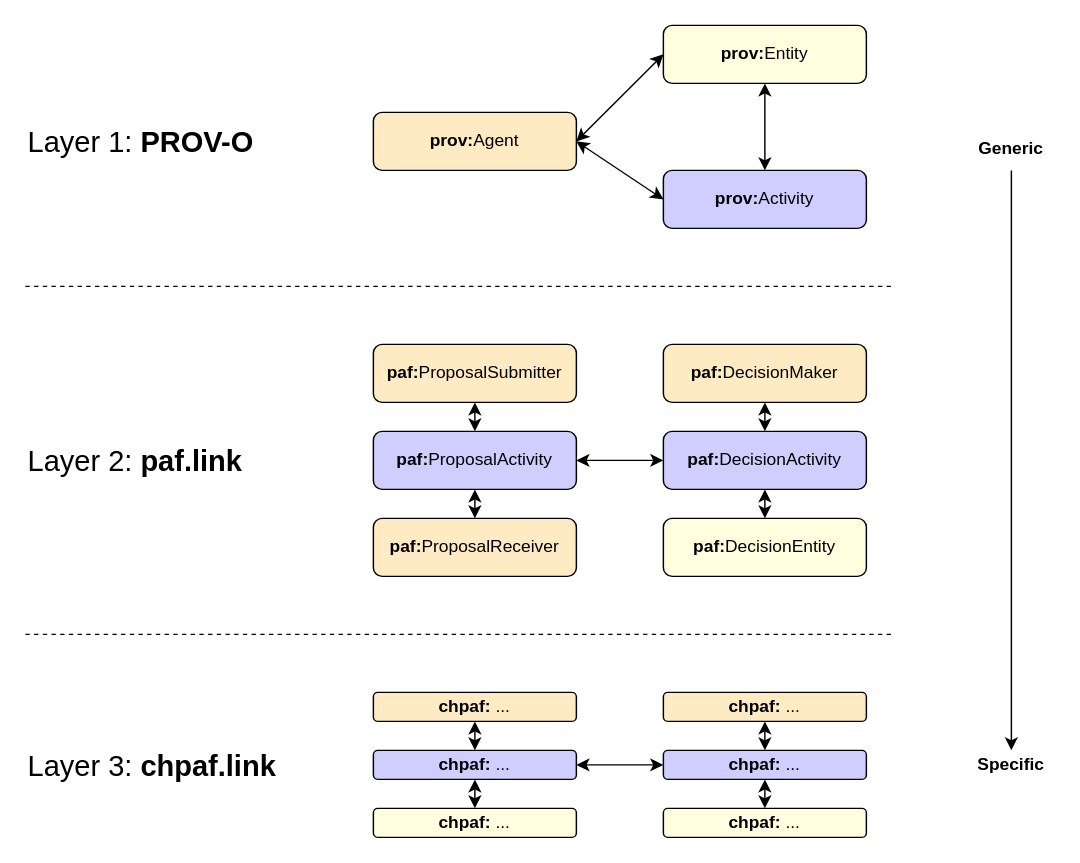
swiss/paf-link keeps this draw.io diagram as img/layers.drawio. Above is the earlier version. Source tidied: cells renumbered, new cells numbered last; positions are measured from the earlier drawing's top-left corner, leaving out a move shared by most shapes. Both pictures are drawn from the tidied source at 145%, with x=0, y=0 at pixel (25, 25).
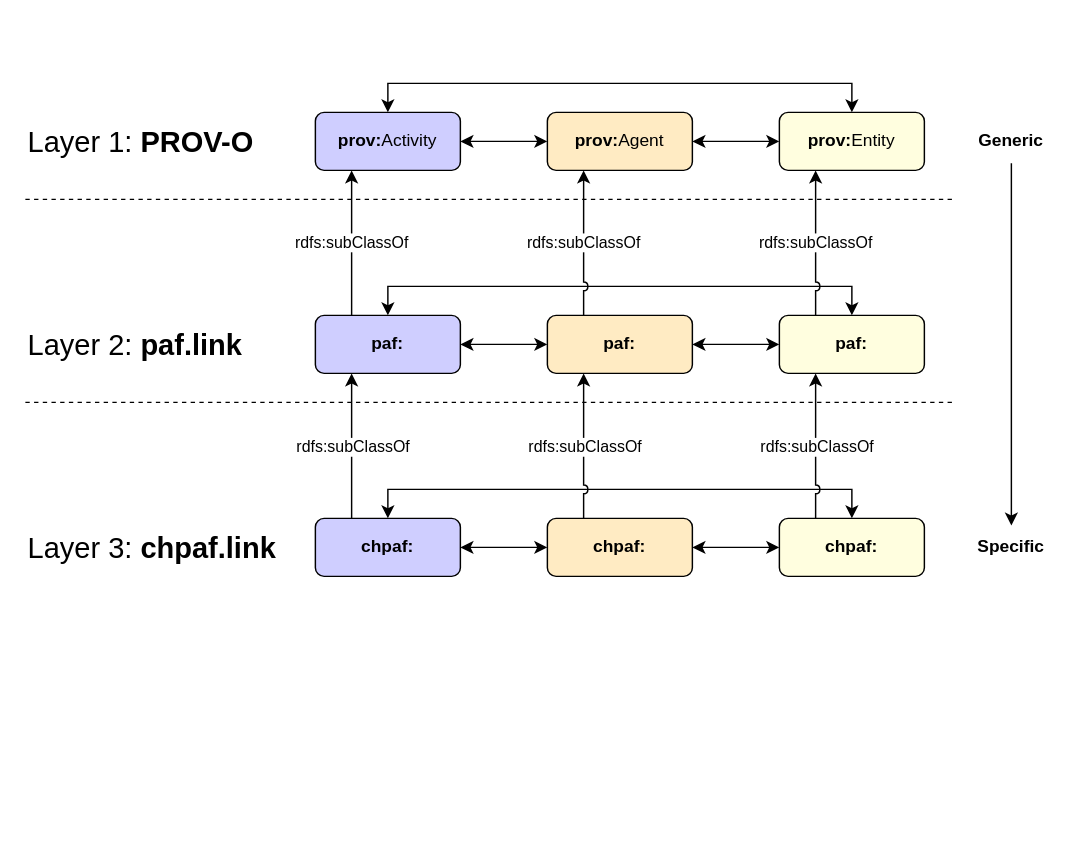
After the change.

The edit, as a diff of the source:
```diff
@@
-    <mxCell id="2" style="edgeStyle=none;html=1;exitX=0;exitY=0.5;exitDx=0;exitDy=0;entryX=1;entryY=0.5;entryDx=0;entryDy=0;fontColor=none;startArrow=classic;startFill=1;strokeWidth=1;" parent="1" edge="1" source="3" target="7">
+    <mxCell id="2" style="edgeStyle=none;html=1;exitX=1;exitY=0.5;exitDx=0;exitDy=0;startArrow=classic;startFill=1;" parent="1" edge="1" source="3" target="7">
       <mxGeometry relative="1" as="geometry" />
     </mxCell>
     <mxCell id="3" value="&lt;b&gt;prov:&lt;/b&gt;Activity" style="rounded=1;whiteSpace=wrap;html=1;labelBackgroundColor=none;fontColor=none;fillColor=#cfceff;fontSize=12;" parent="1" vertex="1">
-      <mxGeometry x="440" y="100" width="140" height="40" as="geometry" />
+      <mxGeometry x="200" y="60" width="100" height="40" as="geometry" />
     </mxCell>
-    <mxCell id="4" style="edgeStyle=none;html=1;entryX=0.5;entryY=0;entryDx=0;entryDy=0;fontColor=none;startArrow=classic;startFill=1;strokeWidth=1;" parent="1" edge="1" source="5" target="3">
-      <mxGeometry relative="1" as="geometry" />
-    </mxCell>
     <mxCell id="5" value="&lt;b&gt;prov:&lt;/b&gt;Entity" style="rounded=1;whiteSpace=wrap;html=1;labelBackgroundColor=none;fontColor=none;fillColor=#FFFEDF;fontSize=12;" parent="1" vertex="1">
-      <mxGeometry x="440" width="140" height="40" as="geometry" />
+      <mxGeometry x="520" y="60" width="100" height="40" as="geometry" />
     </mxCell>
-    <mxCell id="6" style="edgeStyle=none;html=1;exitX=1;exitY=0.5;exitDx=0;exitDy=0;entryX=0;entryY=0.5;entryDx=0;entryDy=0;fontColor=none;startArrow=classic;startFill=1;strokeWidth=1;" parent="1" edge="1" source="7" target="5">
-      <mxGeometry relative="1" as="geometry" />
-    </mxCell>
-    <mxCell id="7" value="&lt;b&gt;prov:&lt;/b&gt;Agent" style="rounded=1;whiteSpace=wrap;html=1;labelBackgroundColor=none;fontColor=none;fillColor=#ffebc3;fontSize=12;" parent="1" vertex="1">
-      <mxGeometry x="240" y="60" width="140" height="40" as="geometry" />
-    </mxCell>
@@
-    <mxCell id="9" style="endArrow=none;dashed=1;html=1;strokeWidth=1;fontSize=20;fontColor=none;" parent="1" edge="1">
-      <mxGeometry relative="1" as="geometry">
-        <mxPoint y="180" as="sourcePoint" />
-        <mxPoint x="600" y="180" as="targetPoint" />
-      </mxGeometry>
-    </mxCell>
     <mxCell id="10" value="Layer 2: &lt;b&gt;paf.link&lt;/b&gt;" style="text;strokeColor=none;align=left;fillColor=none;html=1;verticalAlign=middle;whiteSpace=wrap;rounded=0;labelBackgroundColor=none;fontSize=20;fontColor=none;" parent="1" vertex="1">
-      <mxGeometry y="280" width="170" height="40" as="geometry" />
+      <mxGeometry y="200" width="170" height="40" as="geometry" />
     </mxCell>
-    <mxCell id="11" style="endArrow=none;dashed=1;html=1;strokeWidth=1;fontSize=20;fontColor=none;" parent="1" edge="1">
-      <mxGeometry relative="1" as="geometry">
-        <mxPoint y="420" as="sourcePoint" />
-        <mxPoint x="600" y="420" as="targetPoint" />
-      </mxGeometry>
-    </mxCell>
-    <mxCell id="12" style="edgeStyle=none;html=1;exitX=0.5;exitY=1;exitDx=0;exitDy=0;entryX=0.5;entryY=0;entryDx=0;entryDy=0;strokeWidth=1;fontSize=12;fontColor=none;startArrow=classic;startFill=1;" parent="1" edge="1" source="14" target="20">
-      <mxGeometry relative="1" as="geometry" />
-    </mxCell>
-    <mxCell id="13" style="edgeStyle=none;html=1;exitX=1;exitY=0.5;exitDx=0;exitDy=0;entryX=0;entryY=0.5;entryDx=0;entryDy=0;strokeWidth=1;fontSize=12;fontColor=none;startArrow=classic;startFill=1;" parent="1" edge="1" source="14" target="16">
-      <mxGeometry relative="1" as="geometry" />
-    </mxCell>
-    <mxCell id="14" value="&lt;b&gt;paf:&lt;/b&gt;ProposalActivity" style="rounded=1;whiteSpace=wrap;html=1;labelBackgroundColor=none;fontColor=none;fillColor=#cfceff;fontSize=12;" parent="1" vertex="1">
-      <mxGeometry x="240" y="280" width="140" height="40" as="geometry" />
-    </mxCell>
-    <mxCell id="15" style="edgeStyle=none;html=1;exitX=0.5;exitY=1;exitDx=0;exitDy=0;startArrow=classic;startFill=1;" parent="1" edge="1" source="16" target="32">
-      <mxGeometry relative="1" as="geometry" />
-    </mxCell>
-    <mxCell id="16" value="&lt;b&gt;paf:&lt;/b&gt;DecisionActivity" style="rounded=1;whiteSpace=wrap;html=1;labelBackgroundColor=none;fontColor=none;fillColor=#cfceff;fontSize=12;" parent="1" vertex="1">
-      <mxGeometry x="440" y="280" width="140" height="40" as="geometry" />
-    </mxCell>
-    <mxCell id="17" style="edgeStyle=none;html=1;strokeWidth=1;fontSize=12;fontColor=none;startArrow=classic;startFill=1;" parent="1" edge="1" source="18" target="16">
-      <mxGeometry relative="1" as="geometry" />
-    </mxCell>
-    <mxCell id="18" value="&lt;b&gt;paf:&lt;/b&gt;DecisionMaker" style="rounded=1;whiteSpace=wrap;html=1;labelBackgroundColor=none;fontColor=none;fillColor=#ffebc3;fontSize=12;" parent="1" vertex="1">
-      <mxGeometry x="440" y="220" width="140" height="40" as="geometry" />
-    </mxCell>
-    <mxCell id="19" value="&lt;b&gt;paf:&lt;/b&gt;ProposalSubmitter" style="rounded=1;whiteSpace=wrap;html=1;labelBackgroundColor=none;fontColor=none;fillColor=#ffebc3;fontSize=12;" parent="1" vertex="1">
-      <mxGeometry x="240" y="220" width="140" height="40" as="geometry" />
-    </mxCell>
-    <mxCell id="20" value="&lt;b&gt;paf:&lt;/b&gt;ProposalReceiver" style="rounded=1;whiteSpace=wrap;html=1;labelBackgroundColor=none;fontColor=none;fillColor=#ffebc3;fontSize=12;" parent="1" vertex="1">
-      <mxGeometry x="240" y="340" width="140" height="40" as="geometry" />
-    </mxCell>
-    <mxCell id="21" style="endArrow=classic;startArrow=classic;html=1;strokeWidth=1;fontSize=12;fontColor=none;exitX=0.5;exitY=0;exitDx=0;exitDy=0;entryX=0.5;entryY=1;entryDx=0;entryDy=0;" parent="1" edge="1" source="14" target="19">
-      <mxGeometry relative="1" as="geometry" />
-    </mxCell>
     <mxCell id="22" value="Layer 3: &lt;b&gt;chpaf.link&lt;/b&gt;" style="text;strokeColor=none;align=left;fillColor=none;html=1;verticalAlign=middle;whiteSpace=wrap;rounded=0;labelBackgroundColor=none;fontSize=20;fontColor=none;" parent="1" vertex="1">
-      <mxGeometry y="490" width="200" height="40" as="geometry" />
+      <mxGeometry y="340" width="200" height="40" as="geometry" />
     </mxCell>
-    <mxCell id="23" style="edgeStyle=none;html=1;exitX=1;exitY=0.5;exitDx=0;exitDy=0;entryX=0;entryY=0.5;entryDx=0;entryDy=0;strokeWidth=1;fontSize=12;fontColor=none;startArrow=classic;startFill=1;" parent="1" edge="1" source="25" target="27">
-      <mxGeometry relative="1" as="geometry" />
-    </mxCell>
-    <mxCell id="24" style="edgeStyle=none;html=1;exitX=0.5;exitY=1;exitDx=0;exitDy=0;entryX=0.5;entryY=0;entryDx=0;entryDy=0;startArrow=classic;startFill=1;" parent="1" edge="1" source="25" target="34">
-      <mxGeometry relative="1" as="geometry" />
-    </mxCell>
-    <mxCell id="25" value="&lt;b style=&quot;border-color: var(--border-color);&quot;&gt;chpaf:&lt;/b&gt;&amp;nbsp;..." style="rounded=1;whiteSpace=wrap;html=1;labelBackgroundColor=none;fontColor=none;fillColor=#cfceff;fontSize=12;" parent="1" vertex="1">
-      <mxGeometry x="240" y="500" width="140" height="20" as="geometry" />
-    </mxCell>
-    <mxCell id="26" style="edgeStyle=none;html=1;exitX=0.5;exitY=1;exitDx=0;exitDy=0;entryX=0.5;entryY=0;entryDx=0;entryDy=0;startArrow=classic;startFill=1;" parent="1" edge="1" source="27" target="33">
-      <mxGeometry relative="1" as="geometry" />
-    </mxCell>
-    <mxCell id="27" value="&lt;b&gt;chpaf:&lt;/b&gt; ..." style="rounded=1;whiteSpace=wrap;html=1;labelBackgroundColor=none;fontColor=none;fillColor=#cfceff;fontSize=12;" parent="1" vertex="1">
-      <mxGeometry x="440" y="500" width="140" height="20" as="geometry" />
-    </mxCell>
-    <mxCell id="28" style="edgeStyle=none;html=1;strokeWidth=1;fontSize=12;fontColor=none;startArrow=classic;startFill=1;" parent="1" edge="1" source="29" target="27">
-      <mxGeometry relative="1" as="geometry" />
-    </mxCell>
-    <mxCell id="29" value="&lt;b&gt;chpaf:&lt;/b&gt; ..." style="rounded=1;whiteSpace=wrap;html=1;labelBackgroundColor=none;fontColor=none;fillColor=#ffebc3;fontSize=12;" parent="1" vertex="1">
-      <mxGeometry x="440" y="460" width="140" height="20" as="geometry" />
-    </mxCell>
-    <mxCell id="30" value="&lt;b&gt;chpaf:&lt;/b&gt; ..." style="rounded=1;whiteSpace=wrap;html=1;labelBackgroundColor=none;fontColor=none;fillColor=#ffebc3;fontSize=12;" parent="1" vertex="1">
-      <mxGeometry x="240" y="460" width="140" height="20" as="geometry" />
-    </mxCell>
-    <mxCell id="31" style="endArrow=classic;startArrow=classic;html=1;strokeWidth=1;fontSize=12;fontColor=none;exitX=0.5;exitY=0;exitDx=0;exitDy=0;entryX=0.5;entryY=1;entryDx=0;entryDy=0;" parent="1" edge="1" source="25" target="30">
-      <mxGeometry relative="1" as="geometry" />
-    </mxCell>
-    <mxCell id="32" value="&lt;b&gt;paf:&lt;/b&gt;DecisionEntity" style="rounded=1;whiteSpace=wrap;html=1;labelBackgroundColor=none;fontColor=none;fillColor=#fffedf;fontSize=12;" parent="1" vertex="1">
-      <mxGeometry x="440" y="340" width="140" height="40" as="geometry" />
-    </mxCell>
-    <mxCell id="33" value="&lt;b&gt;chpaf:&lt;/b&gt; ..." style="rounded=1;whiteSpace=wrap;html=1;labelBackgroundColor=none;fontColor=none;fillColor=#FFFEDF;fontSize=12;" parent="1" vertex="1">
-      <mxGeometry x="440" y="540" width="140" height="20" as="geometry" />
-    </mxCell>
-    <mxCell id="34" value="&lt;b&gt;chpaf:&lt;/b&gt; ..." style="rounded=1;whiteSpace=wrap;html=1;labelBackgroundColor=none;fontColor=none;fillColor=#FFFEDF;fontSize=12;" parent="1" vertex="1">
-      <mxGeometry x="240" y="540" width="140" height="20" as="geometry" />
-    </mxCell>
-    <mxCell id="35" style="endArrow=classic;html=1;" parent="1" edge="1">
-      <mxGeometry relative="1" as="geometry">
-        <mxPoint x="680" y="100" as="sourcePoint" />
-        <mxPoint x="680" y="500" as="targetPoint" />
-      </mxGeometry>
+    <mxCell id="35" style="endArrow=classic;html=1;entryX=0.5;entryY=0;entryDx=0;entryDy=0;exitX=0.5;exitY=1;exitDx=0;exitDy=0;" parent="1" edge="1" source="37" target="36">
+      <mxGeometry relative="1" as="geometry" />
     </mxCell>
     <mxCell id="36" value="&lt;b&gt;Specific&lt;/b&gt;" style="text;html=1;strokeColor=none;fillColor=none;align=center;verticalAlign=middle;whiteSpace=wrap;rounded=0;" parent="1" vertex="1">
-      <mxGeometry x="650" y="495" width="60" height="30" as="geometry" />
+      <mxGeometry x="650" y="345" width="60" height="30" as="geometry" />
     </mxCell>
     <mxCell id="37" value="&lt;b&gt;Generic&lt;/b&gt;" style="text;html=1;strokeColor=none;fillColor=none;align=center;verticalAlign=middle;whiteSpace=wrap;rounded=0;" parent="1" vertex="1">
-      <mxGeometry x="650" y="70" width="60" height="30" as="geometry" />
+      <mxGeometry x="650" y="65" width="60" height="30" as="geometry" />
     </mxCell>
+    <mxCell id="6" style="edgeStyle=none;html=1;exitX=1;exitY=0.5;exitDx=0;exitDy=0;entryX=0;entryY=0.5;entryDx=0;entryDy=0;startArrow=classic;startFill=1;" parent="1" edge="1" source="7" target="5">
+      <mxGeometry relative="1" as="geometry" />
+    </mxCell>
+    <mxCell id="7" value="&lt;b&gt;prov:&lt;/b&gt;Agent" style="rounded=1;whiteSpace=wrap;html=1;labelBackgroundColor=none;fontColor=none;fillColor=#ffebc3;fontSize=12;" parent="1" vertex="1">
+      <mxGeometry x="360" y="60" width="100" height="40" as="geometry" />
+    </mxCell>
+    <mxCell id="38" style="edgeStyle=orthogonalEdgeStyle;html=1;exitX=0.5;exitY=0;exitDx=0;exitDy=0;startArrow=classic;startFill=1;entryX=0.5;entryY=0;entryDx=0;entryDy=0;rounded=0;" parent="1" edge="1" source="3" target="5">
+      <mxGeometry relative="1" as="geometry">
+        <Array as="points">
+          <mxPoint x="250" y="40" />
+          <mxPoint x="570" y="40" />
+        </Array>
+      </mxGeometry>
+    </mxCell>
+    <mxCell id="39" style="edgeStyle=none;html=1;exitX=1;exitY=0.5;exitDx=0;exitDy=0;startArrow=classic;startFill=1;" parent="1" edge="1" source="41" target="44">
+      <mxGeometry relative="1" as="geometry" />
+    </mxCell>
+    <mxCell id="40" value="rdfs:subClassOf" style="edgeStyle=orthogonalEdgeStyle;rounded=0;html=1;exitX=0.25;exitY=0;exitDx=0;exitDy=0;entryX=0.25;entryY=1;entryDx=0;entryDy=0;startArrow=none;startFill=0;" parent="1" edge="1" source="41" target="3">
+      <mxGeometry relative="1" as="geometry" />
+    </mxCell>
+    <mxCell id="41" value="&lt;b&gt;paf:&lt;/b&gt;" style="rounded=1;whiteSpace=wrap;html=1;labelBackgroundColor=none;fontColor=none;fillColor=#cfceff;fontSize=12;" parent="1" vertex="1">
+      <mxGeometry x="200" y="200" width="100" height="40" as="geometry" />
+    </mxCell>
+    <mxCell id="42" value="&lt;b&gt;paf:&lt;/b&gt;" style="rounded=1;whiteSpace=wrap;html=1;labelBackgroundColor=none;fontColor=none;fillColor=#FFFEDF;fontSize=12;" parent="1" vertex="1">
+      <mxGeometry x="520" y="200" width="100" height="40" as="geometry" />
+    </mxCell>
+    <mxCell id="43" style="edgeStyle=none;html=1;exitX=1;exitY=0.5;exitDx=0;exitDy=0;entryX=0;entryY=0.5;entryDx=0;entryDy=0;startArrow=classic;startFill=1;" parent="1" edge="1" source="44" target="42">
+      <mxGeometry relative="1" as="geometry" />
+    </mxCell>
+    <mxCell id="44" value="&lt;b&gt;paf:&lt;/b&gt;" style="rounded=1;whiteSpace=wrap;html=1;labelBackgroundColor=none;fontColor=none;fillColor=#ffebc3;fontSize=12;" parent="1" vertex="1">
+      <mxGeometry x="360" y="200" width="100" height="40" as="geometry" />
+    </mxCell>
+    <mxCell id="45" style="edgeStyle=orthogonalEdgeStyle;html=1;exitX=0.5;exitY=0;exitDx=0;exitDy=0;startArrow=classic;startFill=1;entryX=0.5;entryY=0;entryDx=0;entryDy=0;rounded=0;" parent="1" edge="1" source="41" target="42">
+      <mxGeometry relative="1" as="geometry">
+        <Array as="points">
+          <mxPoint x="250" y="180" />
+          <mxPoint x="570" y="180" />
+        </Array>
+      </mxGeometry>
+    </mxCell>
+    <mxCell id="46" value="rdfs:subClassOf" style="edgeStyle=orthogonalEdgeStyle;rounded=0;html=1;exitX=0.25;exitY=0;exitDx=0;exitDy=0;entryX=0.25;entryY=1;entryDx=0;entryDy=0;startArrow=none;startFill=0;jumpStyle=arc;" parent="1" edge="1" source="44" target="7">
+      <mxGeometry relative="1" as="geometry" />
+    </mxCell>
+    <mxCell id="47" value="rdfs:subClassOf" style="edgeStyle=orthogonalEdgeStyle;rounded=0;html=1;exitX=0.25;exitY=0;exitDx=0;exitDy=0;entryX=0.25;entryY=1;entryDx=0;entryDy=0;startArrow=none;startFill=0;jumpStyle=arc;" parent="1" edge="1" source="42" target="5">
+      <mxGeometry relative="1" as="geometry" />
+    </mxCell>
+    <mxCell id="9" style="endArrow=none;dashed=1;html=1;strokeWidth=1;fontSize=20;fontColor=none;" parent="1" edge="1">
+      <mxGeometry relative="1" as="geometry">
+        <mxPoint y="120" as="sourcePoint" />
+        <mxPoint x="640" y="120" as="targetPoint" />
+      </mxGeometry>
+    </mxCell>
+    <mxCell id="48" style="edgeStyle=none;html=1;exitX=1;exitY=0.5;exitDx=0;exitDy=0;startArrow=classic;startFill=1;" parent="1" edge="1" source="50" target="53">
+      <mxGeometry relative="1" as="geometry" />
+    </mxCell>
+    <mxCell id="49" value="rdfs:subClassOf" style="edgeStyle=orthogonalEdgeStyle;rounded=0;html=1;exitX=0.25;exitY=0;exitDx=0;exitDy=0;entryX=0.25;entryY=1;entryDx=0;entryDy=0;startArrow=none;startFill=0;" parent="1" edge="1" source="50">
+      <mxGeometry relative="1" as="geometry">
+        <mxPoint x="225" y="240" as="targetPoint" />
+      </mxGeometry>
+    </mxCell>
+    <mxCell id="50" value="&lt;b&gt;chpaf:&lt;/b&gt;" style="rounded=1;whiteSpace=wrap;html=1;labelBackgroundColor=none;fontColor=none;fillColor=#cfceff;fontSize=12;" parent="1" vertex="1">
+      <mxGeometry x="200" y="340" width="100" height="40" as="geometry" />
+    </mxCell>
+    <mxCell id="51" value="&lt;b&gt;chpaf:&lt;/b&gt;" style="rounded=1;whiteSpace=wrap;html=1;labelBackgroundColor=none;fontColor=none;fillColor=#FFFEDF;fontSize=12;" parent="1" vertex="1">
+      <mxGeometry x="520" y="340" width="100" height="40" as="geometry" />
+    </mxCell>
+    <mxCell id="52" style="edgeStyle=none;html=1;exitX=1;exitY=0.5;exitDx=0;exitDy=0;entryX=0;entryY=0.5;entryDx=0;entryDy=0;startArrow=classic;startFill=1;" parent="1" edge="1" source="53" target="51">
+      <mxGeometry relative="1" as="geometry" />
+    </mxCell>
+    <mxCell id="53" value="&lt;b&gt;chpaf:&lt;/b&gt;" style="rounded=1;whiteSpace=wrap;html=1;labelBackgroundColor=none;fontColor=none;fillColor=#ffebc3;fontSize=12;" parent="1" vertex="1">
+      <mxGeometry x="360" y="340" width="100" height="40" as="geometry" />
+    </mxCell>
+    <mxCell id="54" style="edgeStyle=orthogonalEdgeStyle;html=1;exitX=0.5;exitY=0;exitDx=0;exitDy=0;startArrow=classic;startFill=1;entryX=0.5;entryY=0;entryDx=0;entryDy=0;rounded=0;" parent="1" edge="1" source="50" target="51">
+      <mxGeometry relative="1" as="geometry">
+        <Array as="points">
+          <mxPoint x="250" y="320" />
+          <mxPoint x="570" y="320" />
+        </Array>
+      </mxGeometry>
+    </mxCell>
+    <mxCell id="55" value="rdfs:subClassOf" style="edgeStyle=orthogonalEdgeStyle;rounded=0;html=1;exitX=0.25;exitY=0;exitDx=0;exitDy=0;entryX=0.25;entryY=1;entryDx=0;entryDy=0;startArrow=none;startFill=0;jumpStyle=arc;" parent="1" edge="1" source="53">
+      <mxGeometry relative="1" as="geometry">
+        <mxPoint x="385" y="240" as="targetPoint" />
+      </mxGeometry>
+    </mxCell>
+    <mxCell id="56" value="rdfs:subClassOf" style="edgeStyle=orthogonalEdgeStyle;rounded=0;html=1;exitX=0.25;exitY=0;exitDx=0;exitDy=0;entryX=0.25;entryY=1;entryDx=0;entryDy=0;startArrow=none;startFill=0;jumpStyle=arc;" parent="1" edge="1" source="51">
+      <mxGeometry relative="1" as="geometry">
+        <mxPoint x="545" y="240" as="targetPoint" />
+      </mxGeometry>
+    </mxCell>
+    <mxCell id="11" style="endArrow=none;dashed=1;html=1;strokeWidth=1;fontSize=20;fontColor=none;" parent="1" edge="1">
+      <mxGeometry relative="1" as="geometry">
+        <mxPoint y="260" as="sourcePoint" />
+        <mxPoint x="640" y="260" as="targetPoint" />
+      </mxGeometry>
+    </mxCell>
```
